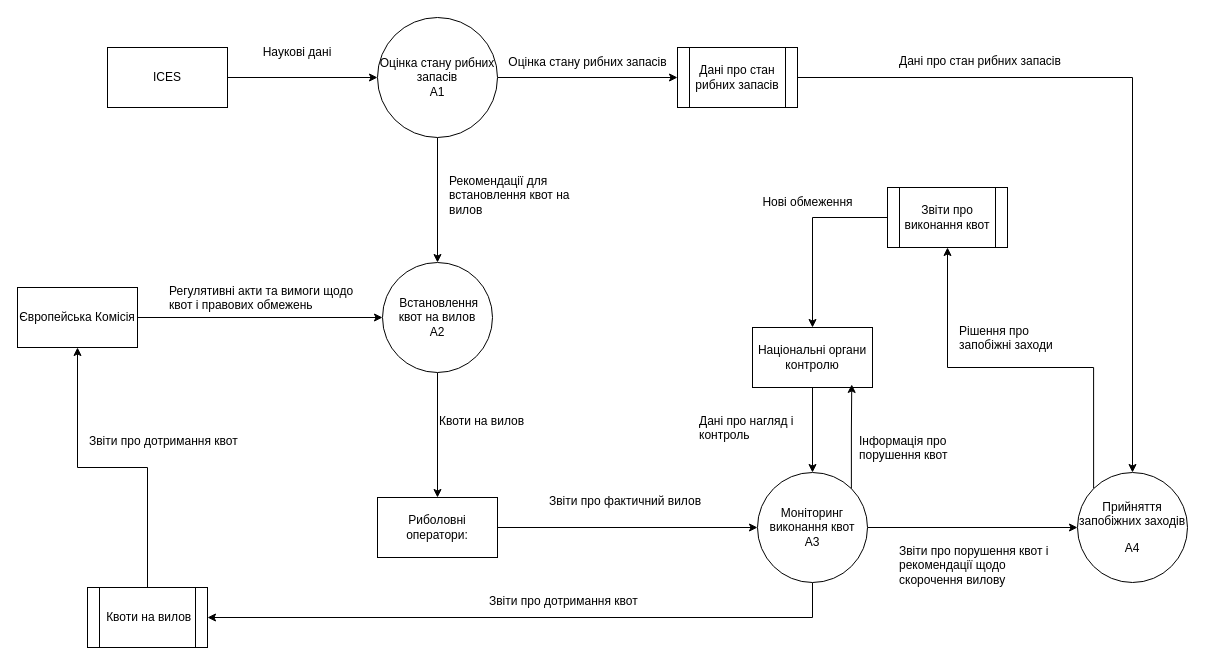
The draw.io diagram laba2_2.drawio in SashaBabiuk/drawio, before the edit. Source tidied: cells renumbered, new cells numbered last; positions are measured from the earlier drawing's top-left corner, leaving out a move shared by most shapes. Both pictures are drawn from the tidied source at 100%, with x=0, y=0 at pixel (17, 17).
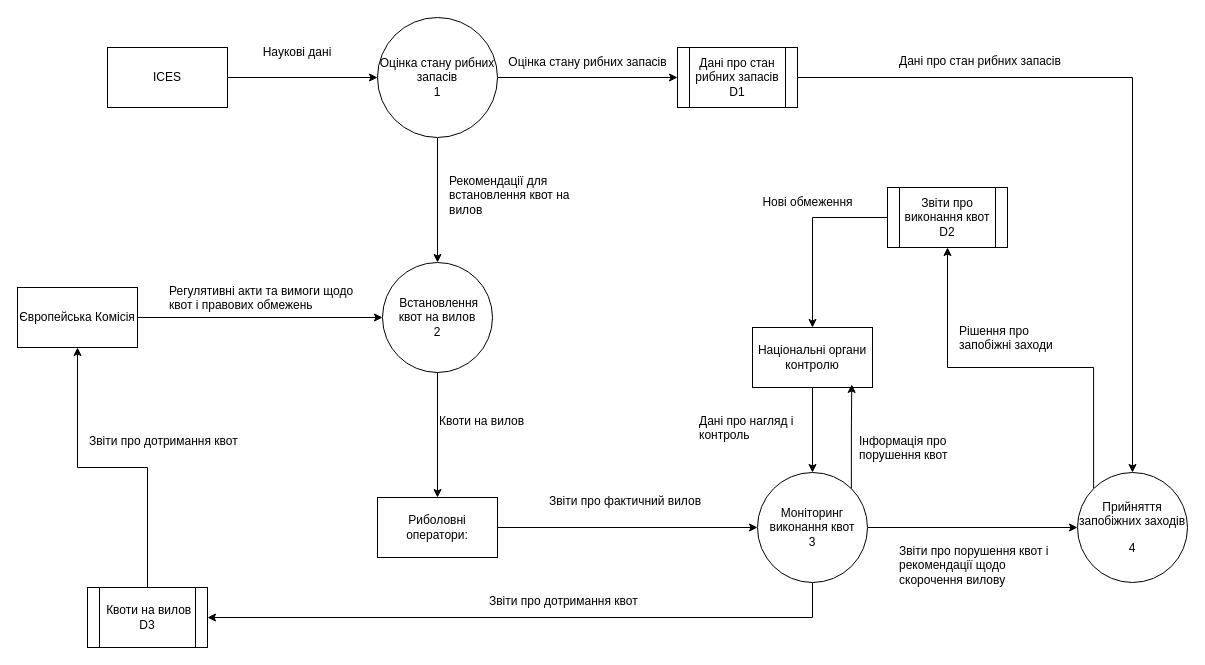
Above is the later version.

Diff of the diagram source:
```diff
@@
-    <mxCell id="4" value="Оцінка стану рибних запасів&lt;br&gt;A1" style="ellipse;whiteSpace=wrap;html=1;" parent="1" vertex="1">
+    <mxCell id="4" value="Оцінка стану рибних запасів&lt;br&gt;1" style="ellipse;whiteSpace=wrap;html=1;" parent="1" vertex="1">
       <mxGeometry x="360" width="120" height="120" as="geometry" />
     </mxCell>
@@
-    <mxCell id="7" value="Моніторинг виконання квот&lt;br&gt;А3" style="ellipse;whiteSpace=wrap;html=1;" parent="1" vertex="1">
+    <mxCell id="7" value="Моніторинг виконання квот&lt;br&gt;3" style="ellipse;whiteSpace=wrap;html=1;" parent="1" vertex="1">
       <mxGeometry x="740" y="455" width="110" height="110" as="geometry" />
     </mxCell>
@@
-    <mxCell id="9" value="&amp;nbsp;Встановлення квот на вилов&lt;br&gt;A2" style="ellipse;whiteSpace=wrap;html=1;" parent="1" vertex="1">
+    <mxCell id="9" value="&amp;nbsp;Встановлення квот на вилов&lt;br&gt;2" style="ellipse;whiteSpace=wrap;html=1;" parent="1" vertex="1">
       <mxGeometry x="365" y="245" width="110" height="110" as="geometry" />
     </mxCell>
@@
-    <mxCell id="11" value="&lt;p&gt;Прийняття запобіжних заходів&lt;/p&gt;&lt;p&gt;А4&lt;/p&gt;" style="ellipse;whiteSpace=wrap;html=1;" parent="1" vertex="1">
+    <mxCell id="11" value="&lt;p&gt;Прийняття запобіжних заходів&lt;/p&gt;&lt;p&gt;4&lt;/p&gt;" style="ellipse;whiteSpace=wrap;html=1;" parent="1" vertex="1">
       <mxGeometry x="1060" y="455" width="110" height="110" as="geometry" />
     </mxCell>
@@
-    <mxCell id="13" value="Дані про стан рибних запасів" style="shape=process;whiteSpace=wrap;html=1;backgroundOutline=1;" parent="1" vertex="1">
+    <mxCell id="13" value="Дані про стан рибних запасів&lt;br&gt;D1" style="shape=process;whiteSpace=wrap;html=1;backgroundOutline=1;" parent="1" vertex="1">
       <mxGeometry x="660" y="30" width="120" height="60" as="geometry" />
     </mxCell>
@@
-    <mxCell id="15" value="&amp;nbsp;Квоти на вилов" style="shape=process;whiteSpace=wrap;html=1;backgroundOutline=1;" parent="1" vertex="1">
+    <mxCell id="15" value="&amp;nbsp;Квоти на вилов&lt;br&gt;D3" style="shape=process;whiteSpace=wrap;html=1;backgroundOutline=1;" parent="1" vertex="1">
       <mxGeometry x="70" y="570" width="120" height="60" as="geometry" />
     </mxCell>
@@
-    <mxCell id="17" value="Звіти про виконання квот" style="shape=process;whiteSpace=wrap;html=1;backgroundOutline=1;" parent="1" vertex="1">
+    <mxCell id="17" value="Звіти про виконання квот&lt;br&gt;D2" style="shape=process;whiteSpace=wrap;html=1;backgroundOutline=1;" parent="1" vertex="1">
       <mxGeometry x="870" y="170" width="120" height="60" as="geometry" />
     </mxCell>
```
